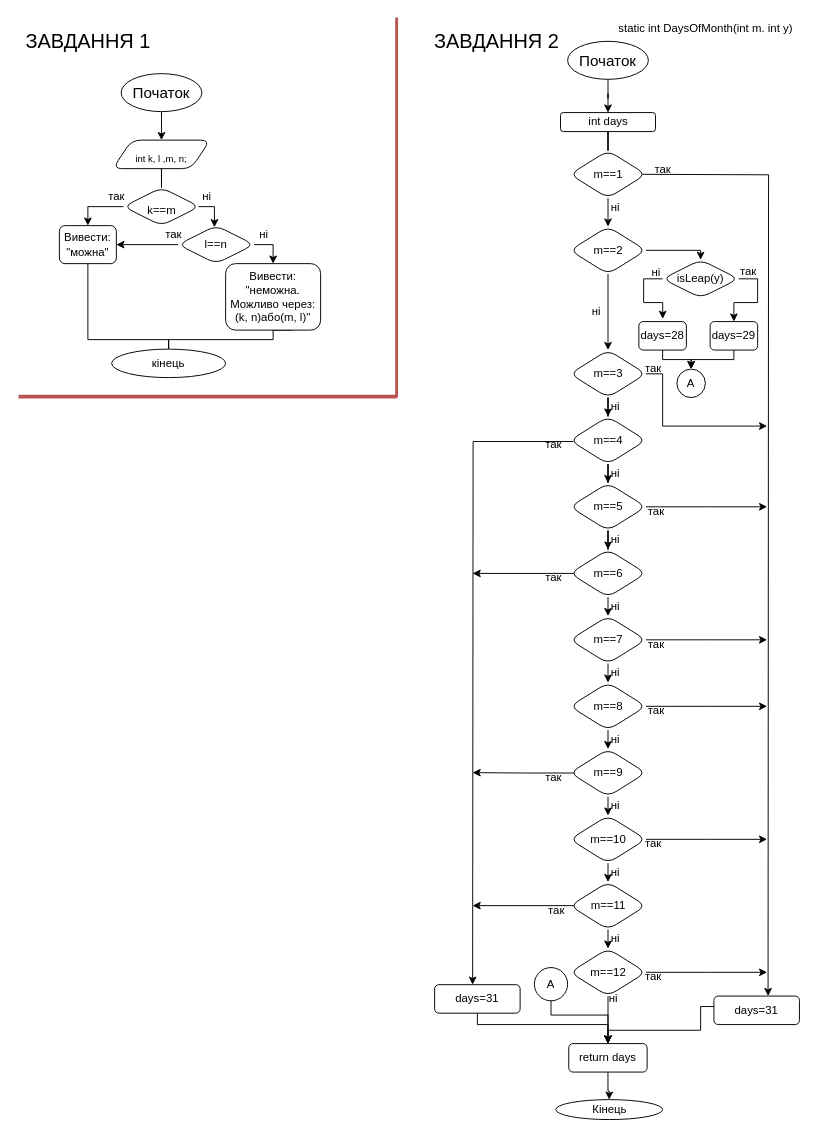
Before: Untitled Diagram.drawio in IKatiaI/ads-nahorna-kp13, a draw.io diagram. Source tidied: cells renumbered, new cells numbered last; positions are measured from the earlier drawing's top-left corner, leaving out a move shared by most shapes. Both pictures are drawn from the tidied source at 95%, with x=0, y=0 at pixel (16, 17).
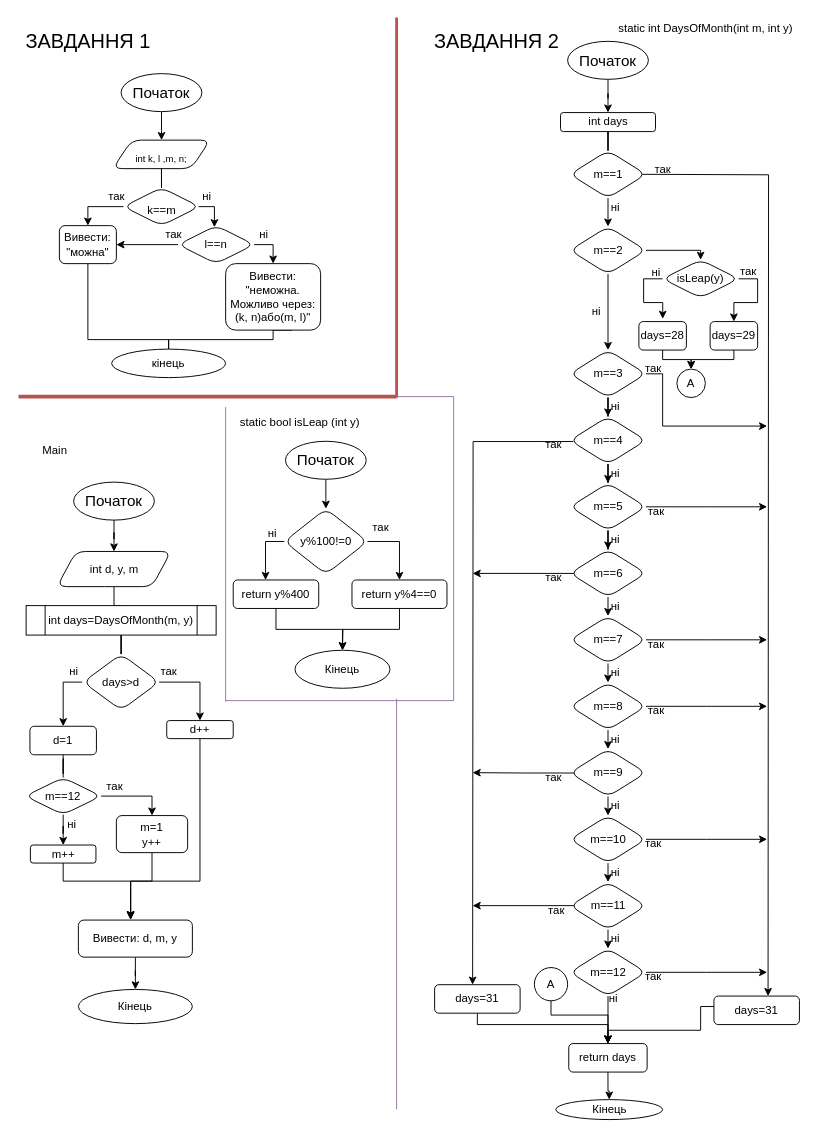
After the change.

Change to the diagram source:
```diff
@@
-    <mxCell id="38" value="static int DaysOfMonth(int m. int y)" style="text;html=1;align=center;verticalAlign=middle;strokeColor=none;fillColor=none;fontSize=12;" parent="1" vertex="1">
+    <mxCell id="38" value="static int DaysOfMonth(int m, int y)" style="text;html=1;align=center;verticalAlign=middle;strokeColor=none;fillColor=none;fontSize=12;" parent="1" vertex="1">
       <mxGeometry x="625" y="2" width="200" height="20" as="geometry" />
     </mxCell>
@@
+    <mxCell id="109" value="static bool isLeap (int y)" style="text;html=1;align=center;verticalAlign=middle;strokeColor=none;fillColor=none;fontSize=12;" parent="1" vertex="1">
+      <mxGeometry x="228" y="416" width="140" height="20" as="geometry" />
+    </mxCell>
+    <mxCell id="110" style="edgeStyle=orthogonalEdgeStyle;rounded=0;jettySize=auto;html=1;exitX=0.5;exitY=1;exitDx=0;exitDy=0;fontSize=12;endArrow=classic;endFill=1;strokeWidth=1;" parent="1" edge="1" source="111" target="114">
+      <mxGeometry relative="1" as="geometry" />
+    </mxCell>
+    <mxCell id="111" value="Початок" style="ellipse;whiteSpace=wrap;html=1;fontSize=16;strokeWidth=1;rounded=1;" parent="1" vertex="1">
+      <mxGeometry x="283" y="446" width="85" height="40" as="geometry" />
+    </mxCell>
+    <mxCell id="112" style="edgeStyle=orthogonalEdgeStyle;rounded=0;jettySize=auto;html=1;exitX=0;exitY=0.5;exitDx=0;exitDy=0;fontSize=12;endArrow=classic;endFill=1;strokeWidth=1;" parent="1" edge="1" source="114" target="120">
+      <mxGeometry relative="1" as="geometry">
+        <Array as="points">
+          <mxPoint x="262" y="552" />
+        </Array>
+      </mxGeometry>
+    </mxCell>
+    <mxCell id="113" style="edgeStyle=orthogonalEdgeStyle;rounded=0;jettySize=auto;html=1;exitX=1;exitY=0.5;exitDx=0;exitDy=0;fontSize=12;endArrow=classic;endFill=1;strokeWidth=1;" parent="1" edge="1" source="114" target="118">
+      <mxGeometry relative="1" as="geometry" />
+    </mxCell>
+    <mxCell id="114" value="y%100!=0" style="rhombus;whiteSpace=wrap;html=1;rounded=1;fontSize=12;" parent="1" vertex="1">
+      <mxGeometry x="281.8" y="517" width="87.5" height="69" as="geometry" />
+    </mxCell>
+    <mxCell id="115" value="так" style="text;html=1;align=center;verticalAlign=middle;strokeColor=none;fillColor=none;fontSize=12;" parent="1" vertex="1">
+      <mxGeometry x="368" y="527" width="30" height="20" as="geometry" />
+    </mxCell>
+    <mxCell id="116" value="ні" style="text;html=1;align=center;verticalAlign=middle;strokeColor=none;fillColor=none;fontSize=12;" parent="1" vertex="1">
+      <mxGeometry x="254" y="533" width="30" height="20" as="geometry" />
+    </mxCell>
+    <mxCell id="117" style="edgeStyle=orthogonalEdgeStyle;rounded=0;jettySize=auto;html=1;exitX=0.5;exitY=1;exitDx=0;exitDy=0;fontSize=12;endArrow=classic;endFill=1;strokeWidth=1;" parent="1" edge="1" source="118" target="121">
+      <mxGeometry relative="1" as="geometry" />
+    </mxCell>
+    <mxCell id="118" value="return y%4==0" style="rounded=1;whiteSpace=wrap;html=1;fontSize=12;" parent="1" vertex="1">
+      <mxGeometry x="353" y="592" width="100" height="30" as="geometry" />
+    </mxCell>
+    <mxCell id="119" style="edgeStyle=orthogonalEdgeStyle;rounded=0;jettySize=auto;html=1;exitX=0.5;exitY=1;exitDx=0;exitDy=0;fontSize=12;endArrow=classic;endFill=1;strokeWidth=1;" parent="1" edge="1" source="120">
+      <mxGeometry relative="1" as="geometry">
+        <mxPoint x="343" y="666" as="targetPoint" />
+      </mxGeometry>
+    </mxCell>
+    <mxCell id="120" value="return y%400" style="rounded=1;whiteSpace=wrap;html=1;fontSize=12;" parent="1" vertex="1">
+      <mxGeometry x="228" y="592" width="90" height="30" as="geometry" />
+    </mxCell>
+    <mxCell id="121" value="Кінець" style="ellipse;whiteSpace=wrap;html=1;rounded=1;fontSize=12;" parent="1" vertex="1">
+      <mxGeometry x="293" y="666" width="100" height="40" as="geometry" />
+    </mxCell>
+    <mxCell id="122" value="Main" style="text;html=1;align=center;verticalAlign=middle;strokeColor=none;fillColor=none;fontSize=12;" parent="1" vertex="1">
+      <mxGeometry x="20" y="446" width="40" height="20" as="geometry" />
+    </mxCell>
+    <mxCell id="123" style="endArrow=none;html=1;rounded=0;fontSize=12;strokeWidth=1;fillColor=#e1d5e7;strokeColor=#9673a6;" parent="1" edge="1">
+      <mxGeometry relative="1" as="geometry">
+        <mxPoint x="220" y="720" as="sourcePoint" />
+        <mxPoint x="220" y="410" as="targetPoint" />
+      </mxGeometry>
+    </mxCell>
+    <mxCell id="124" style="endArrow=none;html=1;rounded=0;fontSize=12;strokeWidth=1;fillColor=#e1d5e7;strokeColor=#9673a6;" parent="1" edge="1">
+      <mxGeometry relative="1" as="geometry">
+        <mxPoint x="220" y="719" as="sourcePoint" />
+        <mxPoint x="460" y="719" as="targetPoint" />
+      </mxGeometry>
+    </mxCell>
+    <mxCell id="125" style="endArrow=none;html=1;rounded=0;fontSize=12;strokeWidth=1;fillColor=#e1d5e7;strokeColor=#9673a6;" parent="1" edge="1">
+      <mxGeometry relative="1" as="geometry">
+        <mxPoint x="460" y="719" as="sourcePoint" />
+        <mxPoint x="460" y="399" as="targetPoint" />
+      </mxGeometry>
+    </mxCell>
+    <mxCell id="126" style="endArrow=none;html=1;rounded=0;fontSize=12;strokeWidth=1;fillColor=#e1d5e7;strokeColor=#9673a6;" parent="1" edge="1">
+      <mxGeometry relative="1" as="geometry">
+        <mxPoint x="460" y="399" as="sourcePoint" />
+        <mxPoint x="400" y="399" as="targetPoint" />
+      </mxGeometry>
+    </mxCell>
+    <mxCell id="127" style="endArrow=none;html=1;rounded=0;fontSize=12;strokeWidth=1;fillColor=#e1d5e7;strokeColor=#9673a6;" parent="1" edge="1">
+      <mxGeometry relative="1" as="geometry">
+        <mxPoint x="400" y="1149" as="sourcePoint" />
+        <mxPoint x="400" y="717" as="targetPoint" />
+      </mxGeometry>
+    </mxCell>
+    <mxCell id="128" style="edgeStyle=orthogonalEdgeStyle;rounded=0;jettySize=auto;html=1;exitX=0.5;exitY=1;exitDx=0;exitDy=0;fontSize=12;endArrow=classic;endFill=1;strokeWidth=1;" parent="1" edge="1" source="129" target="131">
+      <mxGeometry relative="1" as="geometry" />
+    </mxCell>
+    <mxCell id="129" value="Початок" style="ellipse;whiteSpace=wrap;html=1;fontSize=16;strokeWidth=1;rounded=1;" parent="1" vertex="1">
+      <mxGeometry x="60" y="489" width="85" height="40" as="geometry" />
+    </mxCell>
+    <mxCell id="130" style="edgeStyle=orthogonalEdgeStyle;rounded=0;jettySize=auto;html=1;exitX=0.5;exitY=1;exitDx=0;exitDy=0;fontSize=12;endArrow=none;endFill=0;strokeWidth=1;" parent="1" edge="1" source="131" target="133">
+      <mxGeometry relative="1" as="geometry" />
+    </mxCell>
+    <mxCell id="131" value="int d, y, m" style="shape=parallelogram;perimeter=parallelogramPerimeter;whiteSpace=wrap;html=1;fixedSize=1;rounded=1;fontSize=12;" parent="1" vertex="1">
+      <mxGeometry x="42.5" y="562" width="120" height="37" as="geometry" />
+    </mxCell>
+    <mxCell id="132" style="edgeStyle=orthogonalEdgeStyle;rounded=0;jettySize=auto;html=1;exitX=0.5;exitY=1;exitDx=0;exitDy=0;fontSize=12;endArrow=none;endFill=0;strokeWidth=1;" parent="1" edge="1" source="133" target="136">
+      <mxGeometry relative="1" as="geometry" />
+    </mxCell>
+    <mxCell id="133" value="int days=DaysOfMonth(m, y)" style="shape=process;whiteSpace=wrap;html=1;backgroundOutline=1;rounded=0;fontSize=12;" parent="1" vertex="1">
+      <mxGeometry x="10" y="619" width="200" height="31" as="geometry" />
+    </mxCell>
+    <mxCell id="134" style="edgeStyle=orthogonalEdgeStyle;rounded=0;jettySize=auto;html=1;exitX=1;exitY=0.5;exitDx=0;exitDy=0;fontSize=12;endArrow=classic;endFill=1;strokeWidth=1;" parent="1" edge="1" source="136" target="140">
+      <mxGeometry relative="1" as="geometry" />
+    </mxCell>
+    <mxCell id="135" style="edgeStyle=orthogonalEdgeStyle;rounded=0;jettySize=auto;html=1;exitX=0;exitY=0.5;exitDx=0;exitDy=0;fontSize=12;endArrow=classic;endFill=1;strokeWidth=1;entryX=0.5;entryY=0;entryDx=0;entryDy=0;" parent="1" edge="1" target="142">
+      <mxGeometry relative="1" as="geometry">
+        <mxPoint x="69" y="699.5" as="sourcePoint" />
+        <Array as="points">
+          <mxPoint x="49" y="699" />
+          <mxPoint x="49" y="745" />
+        </Array>
+      </mxGeometry>
+    </mxCell>
+    <mxCell id="136" value="days&amp;gt;d" style="rhombus;whiteSpace=wrap;html=1;rounded=1;fontSize=12;" parent="1" vertex="1">
+      <mxGeometry x="70" y="670" width="80" height="59" as="geometry" />
+    </mxCell>
+    <mxCell id="137" value="так" style="text;html=1;align=center;verticalAlign=middle;strokeColor=none;fillColor=none;fontSize=12;" parent="1" vertex="1">
+      <mxGeometry x="145" y="679" width="30" height="20" as="geometry" />
+    </mxCell>
+    <mxCell id="138" value="ні" style="text;html=1;align=center;verticalAlign=middle;strokeColor=none;fillColor=none;fontSize=12;" parent="1" vertex="1">
+      <mxGeometry x="45" y="679" width="30" height="20" as="geometry" />
+    </mxCell>
+    <mxCell id="139" style="edgeStyle=orthogonalEdgeStyle;rounded=0;jettySize=auto;html=1;exitX=0.5;exitY=1;exitDx=0;exitDy=0;fontSize=12;endArrow=classic;endFill=1;strokeWidth=1;" parent="1" edge="1" source="140">
+      <mxGeometry relative="1" as="geometry">
+        <mxPoint x="120" y="949" as="targetPoint" />
+        <Array as="points">
+          <mxPoint x="193" y="909" />
+          <mxPoint x="120" y="909" />
+        </Array>
+      </mxGeometry>
+    </mxCell>
+    <mxCell id="140" value="d++" style="rounded=1;whiteSpace=wrap;html=1;fontSize=12;" parent="1" vertex="1">
+      <mxGeometry x="158" y="740" width="70" height="19" as="geometry" />
+    </mxCell>
+    <mxCell id="141" style="edgeStyle=orthogonalEdgeStyle;rounded=0;jettySize=auto;html=1;exitX=0.5;exitY=1;exitDx=0;exitDy=0;fontSize=12;endArrow=none;endFill=0;strokeWidth=1;" parent="1" edge="1" source="142" target="145">
+      <mxGeometry relative="1" as="geometry" />
+    </mxCell>
+    <mxCell id="142" value="d=1" style="rounded=1;whiteSpace=wrap;html=1;fontSize=12;" parent="1" vertex="1">
+      <mxGeometry x="14" y="746" width="70" height="30" as="geometry" />
+    </mxCell>
+    <mxCell id="143" style="edgeStyle=orthogonalEdgeStyle;rounded=0;jettySize=auto;html=1;exitX=1;exitY=0.5;exitDx=0;exitDy=0;fontSize=12;endArrow=classic;endFill=1;strokeWidth=1;" parent="1" edge="1" source="145" target="151">
+      <mxGeometry relative="1" as="geometry" />
+    </mxCell>
+    <mxCell id="144" style="edgeStyle=orthogonalEdgeStyle;rounded=0;jettySize=auto;html=1;exitX=0.5;exitY=1;exitDx=0;exitDy=0;fontSize=12;endArrow=classic;endFill=1;strokeWidth=1;" parent="1" edge="1" source="145" target="147">
+      <mxGeometry relative="1" as="geometry" />
+    </mxCell>
+    <mxCell id="145" value="m==12" style="rhombus;whiteSpace=wrap;html=1;rounded=1;fontSize=12;" parent="1" vertex="1">
+      <mxGeometry x="9" y="800" width="80" height="39" as="geometry" />
+    </mxCell>
+    <mxCell id="146" style="edgeStyle=orthogonalEdgeStyle;rounded=0;jettySize=auto;html=1;exitX=0.5;exitY=1;exitDx=0;exitDy=0;fontSize=12;endArrow=classic;endFill=1;strokeWidth=1;" parent="1" edge="1" source="147">
+      <mxGeometry relative="1" as="geometry">
+        <mxPoint x="120" y="949" as="targetPoint" />
+        <Array as="points">
+          <mxPoint x="49" y="909" />
+          <mxPoint x="120" y="909" />
+        </Array>
+      </mxGeometry>
+    </mxCell>
+    <mxCell id="147" value="m++" style="rounded=1;whiteSpace=wrap;html=1;fontSize=12;" parent="1" vertex="1">
+      <mxGeometry x="14.5" y="871" width="69" height="19" as="geometry" />
+    </mxCell>
+    <mxCell id="148" value="ні" style="text;html=1;align=center;verticalAlign=middle;strokeColor=none;fillColor=none;fontSize=12;" parent="1" vertex="1">
+      <mxGeometry x="42.5" y="840" width="30" height="20" as="geometry" />
+    </mxCell>
+    <mxCell id="149" value="так" style="text;html=1;align=center;verticalAlign=middle;strokeColor=none;fillColor=none;fontSize=12;" parent="1" vertex="1">
+      <mxGeometry x="87.5" y="800" width="30" height="20" as="geometry" />
+    </mxCell>
+    <mxCell id="150" style="edgeStyle=orthogonalEdgeStyle;rounded=0;jettySize=auto;html=1;exitX=0.5;exitY=1;exitDx=0;exitDy=0;fontSize=12;endArrow=classic;endFill=1;strokeWidth=1;" parent="1" edge="1" source="151" target="153">
+      <mxGeometry relative="1" as="geometry">
+        <Array as="points">
+          <mxPoint x="142" y="909" />
+          <mxPoint x="120" y="909" />
+        </Array>
+      </mxGeometry>
+    </mxCell>
+    <mxCell id="151" value="m=1&lt;br&gt;y++" style="rounded=1;whiteSpace=wrap;html=1;fontSize=12;" parent="1" vertex="1">
+      <mxGeometry x="105" y="840" width="75" height="39" as="geometry" />
+    </mxCell>
+    <mxCell id="152" style="edgeStyle=orthogonalEdgeStyle;rounded=0;jettySize=auto;html=1;exitX=0.5;exitY=1;exitDx=0;exitDy=0;fontSize=12;endArrow=classic;endFill=1;strokeWidth=1;" parent="1" edge="1" source="153" target="154">
+      <mxGeometry relative="1" as="geometry" />
+    </mxCell>
+    <mxCell id="153" value="Вивести: d, m, y" style="rounded=1;whiteSpace=wrap;html=1;fontSize=12;" parent="1" vertex="1">
+      <mxGeometry x="65" y="950" width="120" height="39" as="geometry" />
+    </mxCell>
+    <mxCell id="154" value="Кінець" style="ellipse;whiteSpace=wrap;html=1;rounded=1;fontSize=12;" parent="1" vertex="1">
+      <mxGeometry x="65" y="1023" width="120" height="36" as="geometry" />
+    </mxCell>
```
